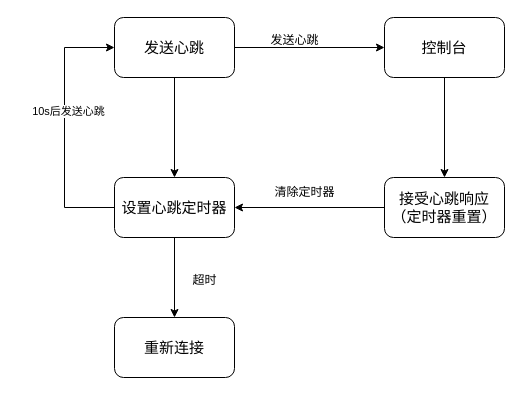
The draw.io diagram 心跳.drawio in tianshengdiwangK/common, before the edit. Source tidied: cells renumbered, new cells numbered last; positions are measured from the earlier drawing's top-left corner, leaving out a move shared by most shapes. Both pictures are drawn from the tidied source at 100%, with x=0, y=0 at pixel (64, 17).
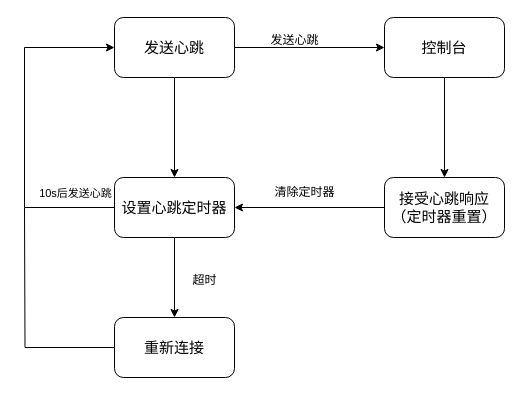
The same diagram, later.

The change refers to these unchanged cells:
```xml
<mxCell id="4" value="&lt;font style=&quot;font-size: 15px;&quot;&gt;发送心跳&lt;/font&gt;" style="rounded=1;whiteSpace=wrap;html=1;" parent="1" vertex="1">
  <mxGeometry x="50" width="120" height="60" as="geometry" />
</mxCell>
<mxCell id="10" value="&lt;font style=&quot;font-size: 15px;&quot;&gt;设置心跳定时器&lt;/font&gt;" style="rounded=1;whiteSpace=wrap;html=1;" parent="1" vertex="1">
  <mxGeometry x="50" y="160" width="120" height="60" as="geometry" />
</mxCell>
<mxCell id="13" value="&lt;font style=&quot;font-size: 15px;&quot;&gt;重新连接&lt;/font&gt;" style="rounded=1;whiteSpace=wrap;html=1;" parent="1" vertex="1">
  <mxGeometry x="50" y="300" width="120" height="60" as="geometry" />
</mxCell>
```

What changed in the source:
```diff
@@
     <mxCell id="7" style="edgeStyle=orthogonalEdgeStyle;rounded=0;jettySize=auto;html=1;entryX=0;entryY=0.5;entryDx=0;entryDy=0;exitX=0;exitY=0.5;exitDx=0;exitDy=0;" parent="1" edge="1" source="10" target="4">
       <mxGeometry relative="1" as="geometry">
         <Array as="points">
-          <mxPoint y="190" />
-          <mxPoint y="30" />
+          <mxPoint x="-40" y="190" />
+          <mxPoint x="-40" y="30" />
         </Array>
       </mxGeometry>
     </mxCell>
     <mxCell id="8" value="10s后发送心跳" style="edgeLabel;html=1;align=center;verticalAlign=middle;" parent="7" vertex="1">
-      <mxGeometry x="0.13" y="-3" relative="1" as="geometry" />
+      <mxGeometry x="0.13" y="-3" relative="1" as="geometry">
+        <mxPoint x="47" y="87" as="offset" />
+      </mxGeometry>
     </mxCell>
@@
+    <mxCell id="17" style="edgeStyle=orthogonalEdgeStyle;rounded=0;jettySize=auto;html=1;endArrow=none;endFill=0;" parent="1" edge="1" source="13">
+      <mxGeometry relative="1" as="geometry">
+        <mxPoint x="-40" y="190" as="targetPoint" />
+      </mxGeometry>
+    </mxCell>
```
